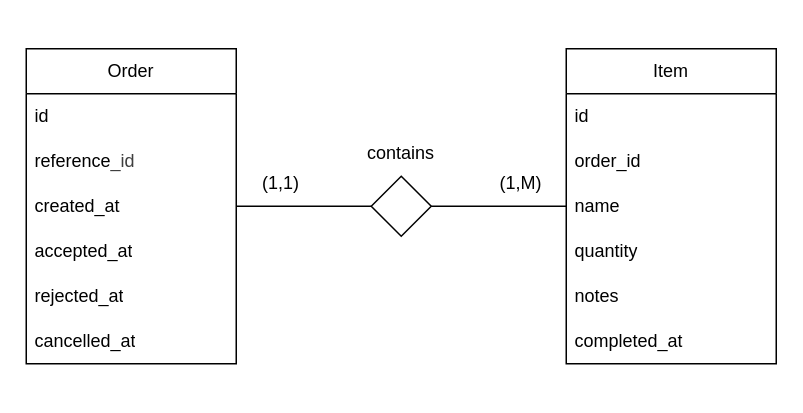
This is pos_backend/data_model.drawio from quarc0o/aviant_case, a draw.io file, before an edit. Source tidied: cells renumbered, new cells numbered last; positions are measured from the earlier drawing's top-left corner, leaving out a move shared by most shapes. Both pictures are drawn from the tidied source at 150%, with x=0, y=0 at pixel (26, 48).
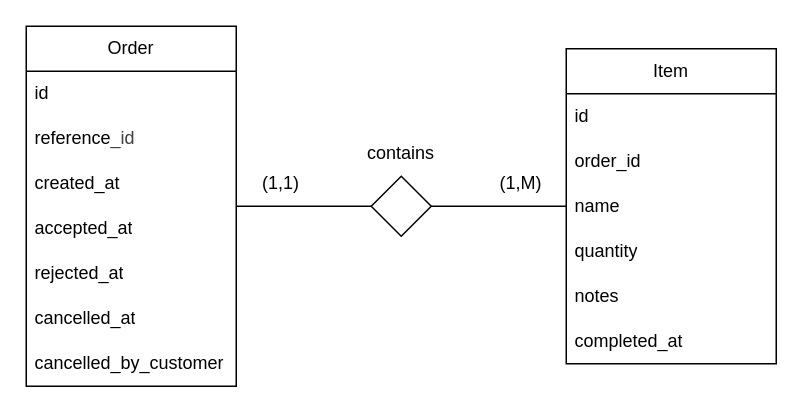
After the change.

Diff of the diagram source:
```diff
@@
     <mxCell id="2" value="Order" style="swimlane;fontStyle=0;horizontal=1;startSize=30;whiteSpace=wrap;html=1;" parent="1" vertex="1">
-      <mxGeometry width="140" height="210" as="geometry" />
+      <mxGeometry y="-15" width="140" height="240" as="geometry" />
     </mxCell>
@@
+    <mxCell id="23" value="cancelled_by_customer" style="text;strokeColor=none;fillColor=none;align=left;verticalAlign=middle;spacingLeft=4;spacingRight=4;overflow=hidden;whiteSpace=wrap;html=1;" parent="2" vertex="1">
+      <mxGeometry y="210" width="140" height="30" as="geometry" />
+    </mxCell>
```
